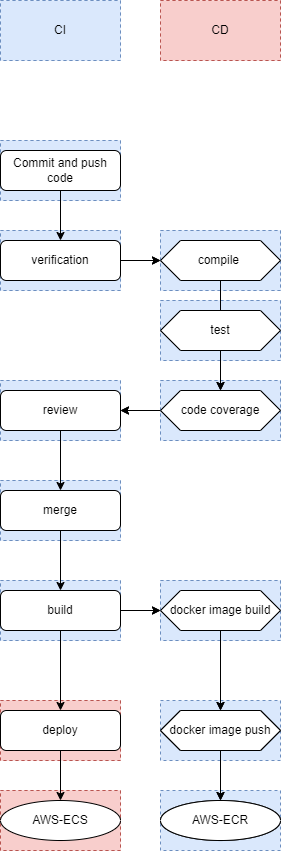
This is docs/ci-cd/diagrams/CI-CD_process_diagram.png from olehkril/gl-java-mentorship-july-2022, a draw.io export, as it was before one commit. Source tidied: cells renumbered, new cells last; positions are measured from the earlier drawing's top-left corner, leaving out a move shared by most shapes.
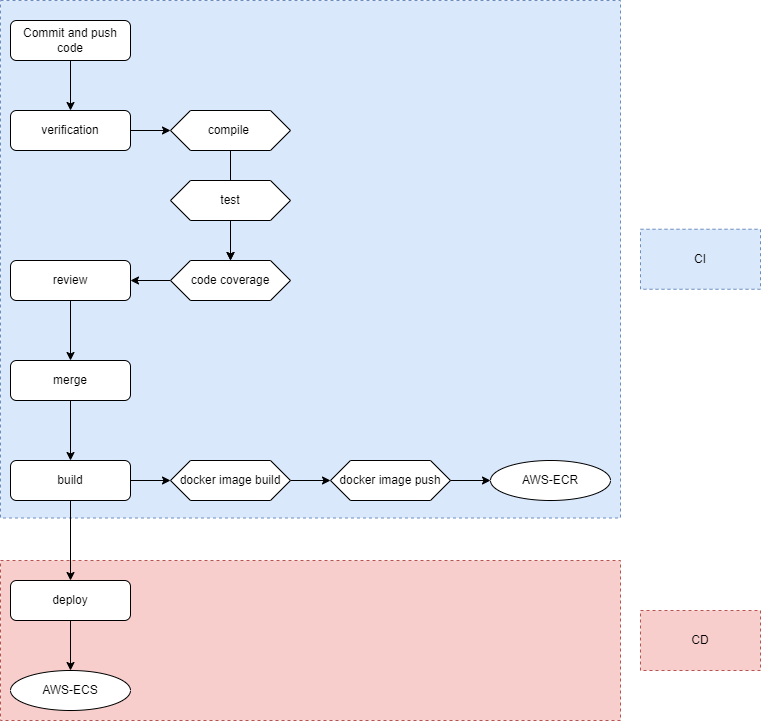
The same file after the commit.

The edit, as a diff of the source:
```diff
@@ -4,57 +4,18 @@
     <mxCell id="1" parent="0" />
-    <mxCell id="2" style="rounded=0;whiteSpace=wrap;html=1;dashed=1;fillColor=#dae8fc;strokeColor=#6c8ebf;" parent="1" vertex="1">
-      <mxGeometry x="160" y="790" width="120" height="60" as="geometry" />
-    </mxCell>
-    <mxCell id="3" style="rounded=0;whiteSpace=wrap;html=1;dashed=1;fillColor=#dae8fc;strokeColor=#6c8ebf;" parent="1" vertex="1">
-      <mxGeometry x="160" y="700" width="120" height="60" as="geometry" />
-    </mxCell>
-    <mxCell id="4" style="rounded=0;whiteSpace=wrap;html=1;dashed=1;fillColor=#f8cecc;strokeColor=#b85450;" parent="1" vertex="1">
-      <mxGeometry y="790" width="120" height="60" as="geometry" />
-    </mxCell>
-    <mxCell id="5" style="rounded=0;whiteSpace=wrap;html=1;dashed=1;fillColor=#f8cecc;strokeColor=#b85450;" parent="1" vertex="1">
-      <mxGeometry y="700" width="120" height="60" as="geometry" />
-    </mxCell>
-    <mxCell id="6" style="rounded=0;whiteSpace=wrap;html=1;dashed=1;fillColor=#dae8fc;strokeColor=#6c8ebf;" parent="1" vertex="1">
-      <mxGeometry y="480" width="120" height="60" as="geometry" />
-    </mxCell>
-    <mxCell id="7" style="rounded=0;whiteSpace=wrap;html=1;dashed=1;fillColor=#dae8fc;strokeColor=#6c8ebf;" parent="1" vertex="1">
-      <mxGeometry y="380" width="120" height="60" as="geometry" />
-    </mxCell>
-    <mxCell id="8" style="rounded=0;whiteSpace=wrap;html=1;dashed=1;fillColor=#dae8fc;strokeColor=#6c8ebf;" parent="1" vertex="1">
-      <mxGeometry x="160" y="580" width="120" height="60" as="geometry" />
-    </mxCell>
-    <mxCell id="9" style="rounded=0;whiteSpace=wrap;html=1;dashed=1;fillColor=#dae8fc;strokeColor=#6c8ebf;" parent="1" vertex="1">
-      <mxGeometry y="580" width="120" height="60" as="geometry" />
-    </mxCell>
-    <mxCell id="10" style="rounded=0;whiteSpace=wrap;html=1;dashed=1;fillColor=#dae8fc;strokeColor=#6c8ebf;" parent="1" vertex="1">
-      <mxGeometry y="230" width="120" height="60" as="geometry" />
-    </mxCell>
-    <mxCell id="11" style="rounded=0;whiteSpace=wrap;html=1;dashed=1;fillColor=#dae8fc;strokeColor=#6c8ebf;" parent="1" vertex="1">
-      <mxGeometry y="140" width="120" height="60" as="geometry" />
-    </mxCell>
-    <mxCell id="12" style="rounded=0;whiteSpace=wrap;html=1;dashed=1;fillColor=#dae8fc;strokeColor=#6c8ebf;" parent="1" vertex="1">
-      <mxGeometry x="160" y="380" width="120" height="60" as="geometry" />
-    </mxCell>
-    <mxCell id="13" style="rounded=0;whiteSpace=wrap;html=1;dashed=1;fillColor=#dae8fc;strokeColor=#6c8ebf;" parent="1" vertex="1">
-      <mxGeometry x="160" y="300" width="120" height="60" as="geometry" />
-    </mxCell>
-    <mxCell id="14" style="rounded=0;whiteSpace=wrap;html=1;dashed=1;fillColor=#dae8fc;strokeColor=#6c8ebf;" parent="1" vertex="1">
-      <mxGeometry x="160" y="230" width="120" height="60" as="geometry" />
-    </mxCell>
-    <mxCell id="15" style="edgeStyle=orthogonalEdgeStyle;rounded=0;jettySize=auto;html=1;" parent="1" edge="1" source="16" target="39">
+    <mxCell id="15" style="edgeStyle=orthogonalEdgeStyle;rounded=0;jettySize=auto;html=1;labelBackgroundColor=none;labelBorderColor=none;shadow=0;sketch=0;" parent="1" edge="1" source="16" target="39">
       <mxGeometry relative="1" as="geometry" />
     </mxCell>
-    <mxCell id="16" value="Commit and push code" style="rounded=1;whiteSpace=wrap;html=1;fontSize=12;glass=0;strokeWidth=1;shadow=0;" parent="1" vertex="1">
+    <mxCell id="16" value="Commit and push code" style="rounded=1;whiteSpace=wrap;html=1;fontSize=12;glass=0;strokeWidth=1;shadow=0;labelBackgroundColor=none;labelBorderColor=none;sketch=0;" parent="1" vertex="1">
       <mxGeometry y="150" width="120" height="40" as="geometry" />
     </mxCell>
-    <mxCell id="17" style="edgeStyle=orthogonalEdgeStyle;rounded=0;jettySize=auto;html=1;" parent="1" edge="1" source="18" target="23">
+    <mxCell id="17" style="edgeStyle=orthogonalEdgeStyle;rounded=0;jettySize=auto;html=1;labelBackgroundColor=none;labelBorderColor=none;shadow=0;sketch=0;" parent="1" edge="1" source="18" target="23">
       <mxGeometry relative="1" as="geometry" />
     </mxCell>
-    <mxCell id="18" value="review" style="rounded=1;whiteSpace=wrap;html=1;" parent="1" vertex="1">
+    <mxCell id="18" value="review" style="rounded=1;whiteSpace=wrap;html=1;labelBackgroundColor=none;labelBorderColor=none;shadow=0;sketch=0;" parent="1" vertex="1">
       <mxGeometry y="390" width="120" height="40" as="geometry" />
     </mxCell>
-    <mxCell id="19" style="edgeStyle=orthogonalEdgeStyle;rounded=0;jettySize=auto;html=1;" parent="1" edge="1" source="20" target="25">
+    <mxCell id="19" style="edgeStyle=orthogonalEdgeStyle;rounded=0;jettySize=auto;html=1;labelBackgroundColor=none;labelBorderColor=none;shadow=0;sketch=0;" parent="1" edge="1" source="20" target="25">
       <mxGeometry relative="1" as="geometry" />
     </mxCell>
-    <mxCell id="20" value="build" style="rounded=1;whiteSpace=wrap;html=1;" parent="1" vertex="1">
+    <mxCell id="20" value="build" style="rounded=1;whiteSpace=wrap;html=1;labelBackgroundColor=default;" parent="1" vertex="1">
       <mxGeometry y="590" width="120" height="40" as="geometry" />
@@ -64,41 +25,29 @@
     </mxCell>
-    <mxCell id="22" style="edgeStyle=orthogonalEdgeStyle;rounded=0;jettySize=auto;html=1;" parent="1" edge="1" source="23" target="20">
+    <mxCell id="22" style="edgeStyle=orthogonalEdgeStyle;rounded=0;jettySize=auto;html=1;labelBackgroundColor=none;labelBorderColor=none;shadow=0;sketch=0;" parent="1" edge="1" source="23" target="20">
       <mxGeometry relative="1" as="geometry" />
     </mxCell>
-    <mxCell id="23" value="merge" style="rounded=1;whiteSpace=wrap;html=1;" parent="1" vertex="1">
+    <mxCell id="23" value="merge" style="rounded=1;whiteSpace=wrap;html=1;labelBackgroundColor=none;labelBorderColor=none;shadow=0;sketch=0;" parent="1" vertex="1">
       <mxGeometry y="490" width="120" height="40" as="geometry" />
     </mxCell>
-    <mxCell id="24" style="edgeStyle=orthogonalEdgeStyle;rounded=0;jettySize=auto;html=1;" parent="1" edge="1" source="25" target="26">
-      <mxGeometry relative="1" as="geometry" />
-    </mxCell>
-    <mxCell id="25" value="docker image build" style="shape=hexagon;perimeter=hexagonPerimeter2;whiteSpace=wrap;html=1;fixedSize=1;" parent="1" vertex="1">
+    <mxCell id="25" value="docker image build" style="shape=hexagon;perimeter=hexagonPerimeter2;whiteSpace=wrap;html=1;fixedSize=1;labelBackgroundColor=default;" parent="1" vertex="1">
       <mxGeometry x="160" y="590" width="120" height="40" as="geometry" />
     </mxCell>
-    <mxCell id="26" value="docker image push" style="shape=hexagon;perimeter=hexagonPerimeter2;whiteSpace=wrap;html=1;fixedSize=1;" parent="1" vertex="1">
-      <mxGeometry x="160" y="710" width="120" height="40" as="geometry" />
-    </mxCell>
-    <mxCell id="27" style="edgeStyle=orthogonalEdgeStyle;rounded=0;jettySize=auto;html=1;" parent="1" edge="1" source="28" target="32">
+    <mxCell id="27" style="edgeStyle=orthogonalEdgeStyle;rounded=0;jettySize=auto;html=1;labelBackgroundColor=none;labelBorderColor=none;shadow=0;sketch=0;" parent="1" edge="1" source="28" target="32">
       <mxGeometry relative="1" as="geometry" />
     </mxCell>
-    <mxCell id="28" value="compile&amp;nbsp;" style="shape=hexagon;perimeter=hexagonPerimeter2;whiteSpace=wrap;html=1;fixedSize=1;" parent="1" vertex="1">
+    <mxCell id="28" value="compile&amp;nbsp;" style="shape=hexagon;perimeter=hexagonPerimeter2;whiteSpace=wrap;html=1;fixedSize=1;labelBackgroundColor=none;labelBorderColor=none;shadow=0;sketch=0;" parent="1" vertex="1">
       <mxGeometry x="160" y="240" width="120" height="40" as="geometry" />
     </mxCell>
-    <mxCell id="29" style="edgeStyle=orthogonalEdgeStyle;rounded=0;jettySize=auto;html=1;" parent="1" edge="1" source="30" target="32">
+    <mxCell id="29" style="edgeStyle=orthogonalEdgeStyle;rounded=0;jettySize=auto;html=1;labelBackgroundColor=none;labelBorderColor=none;shadow=0;sketch=0;" parent="1" edge="1" source="30" target="32">
       <mxGeometry relative="1" as="geometry" />
     </mxCell>
-    <mxCell id="30" value="test" style="shape=hexagon;perimeter=hexagonPerimeter2;whiteSpace=wrap;html=1;fixedSize=1;" parent="1" vertex="1">
+    <mxCell id="30" value="test" style="shape=hexagon;perimeter=hexagonPerimeter2;whiteSpace=wrap;html=1;fixedSize=1;labelBackgroundColor=none;labelBorderColor=none;shadow=0;sketch=0;" parent="1" vertex="1">
       <mxGeometry x="160" y="310" width="120" height="40" as="geometry" />
     </mxCell>
-    <mxCell id="31" style="edgeStyle=orthogonalEdgeStyle;rounded=0;jettySize=auto;html=1;" parent="1" edge="1" source="32" target="18">
+    <mxCell id="31" style="edgeStyle=orthogonalEdgeStyle;rounded=0;jettySize=auto;html=1;labelBackgroundColor=none;labelBorderColor=none;shadow=0;sketch=0;" parent="1" edge="1" source="32" target="18">
       <mxGeometry relative="1" as="geometry" />
     </mxCell>
-    <mxCell id="32" value="code coverage" style="shape=hexagon;perimeter=hexagonPerimeter2;whiteSpace=wrap;html=1;fixedSize=1;" parent="1" vertex="1">
+    <mxCell id="32" value="code coverage" style="shape=hexagon;perimeter=hexagonPerimeter2;whiteSpace=wrap;html=1;fixedSize=1;labelBackgroundColor=none;labelBorderColor=none;shadow=0;sketch=0;" parent="1" vertex="1">
       <mxGeometry x="160" y="390" width="120" height="40" as="geometry" />
     </mxCell>
-    <mxCell id="33" value="AWS-ECR" style="ellipse;whiteSpace=wrap;html=1;" parent="1" vertex="1">
-      <mxGeometry x="160" y="800" width="120" height="40" as="geometry" />
-    </mxCell>
-    <mxCell id="34" style="endArrow=classic;html=1;rounded=0;exitX=0.5;exitY=1;exitDx=0;exitDy=0;" parent="1" edge="1" source="26" target="33">
-      <mxGeometry relative="1" as="geometry" />
-    </mxCell>
     <mxCell id="35" value="AWS-ECS" style="ellipse;whiteSpace=wrap;html=1;" parent="1" vertex="1">
@@ -112,63 +61,30 @@
     </mxCell>
-    <mxCell id="38" style="edgeStyle=orthogonalEdgeStyle;rounded=0;jettySize=auto;html=1;" parent="1" edge="1" source="39" target="28">
+    <mxCell id="38" style="edgeStyle=orthogonalEdgeStyle;rounded=0;jettySize=auto;html=1;labelBackgroundColor=none;labelBorderColor=none;shadow=0;sketch=0;" parent="1" edge="1" source="39" target="28">
       <mxGeometry relative="1" as="geometry" />
     </mxCell>
-    <mxCell id="39" value="verification" style="rounded=1;whiteSpace=wrap;html=1;" parent="1" vertex="1">
+    <mxCell id="39" value="verification" style="rounded=1;whiteSpace=wrap;html=1;labelBackgroundColor=none;labelBorderColor=none;shadow=0;sketch=0;" parent="1" vertex="1">
       <mxGeometry y="240" width="120" height="40" as="geometry" />
     </mxCell>
-    <mxCell id="40" value="CI" style="rounded=0;whiteSpace=wrap;html=1;dashed=1;fillColor=#dae8fc;strokeColor=#6c8ebf;" parent="1" vertex="1">
-      <mxGeometry width="120" height="60" as="geometry" />
-    </mxCell>
-    <mxCell id="41" value="CD" style="rounded=0;whiteSpace=wrap;html=1;dashed=1;fillColor=#f8cecc;strokeColor=#b85450;" parent="1" vertex="1">
-      <mxGeometry x="160" width="120" height="60" as="geometry" />
-    </mxCell>
     <mxCell id="42" style="rounded=0;whiteSpace=wrap;html=1;dashed=1;fillColor=#f8cecc;strokeColor=#b85450;" parent="1" vertex="1">
-      <mxGeometry y="790" width="120" height="60" as="geometry" />
+      <mxGeometry x="-10" y="690" width="620" height="160" as="geometry" />
     </mxCell>
-    <mxCell id="43" style="rounded=0;whiteSpace=wrap;html=1;dashed=1;fillColor=#f8cecc;strokeColor=#b85450;" parent="1" vertex="1">
-      <mxGeometry y="700" width="120" height="60" as="geometry" />
-    </mxCell>
-    <mxCell id="44" style="rounded=0;whiteSpace=wrap;html=1;dashed=1;fillColor=#dae8fc;strokeColor=#6c8ebf;" parent="1" vertex="1">
-      <mxGeometry y="480" width="120" height="60" as="geometry" />
-    </mxCell>
-    <mxCell id="45" style="rounded=0;whiteSpace=wrap;html=1;dashed=1;fillColor=#dae8fc;strokeColor=#6c8ebf;" parent="1" vertex="1">
-      <mxGeometry y="380" width="120" height="60" as="geometry" />
-    </mxCell>
-    <mxCell id="46" style="rounded=0;whiteSpace=wrap;html=1;dashed=1;fillColor=#dae8fc;strokeColor=#6c8ebf;" parent="1" vertex="1">
-      <mxGeometry x="160" y="580" width="120" height="60" as="geometry" />
-    </mxCell>
-    <mxCell id="47" style="rounded=0;whiteSpace=wrap;html=1;dashed=1;fillColor=#dae8fc;strokeColor=#6c8ebf;" parent="1" vertex="1">
-      <mxGeometry y="580" width="120" height="60" as="geometry" />
-    </mxCell>
-    <mxCell id="48" style="rounded=0;whiteSpace=wrap;html=1;dashed=1;fillColor=#dae8fc;strokeColor=#6c8ebf;" parent="1" vertex="1">
-      <mxGeometry y="230" width="120" height="60" as="geometry" />
-    </mxCell>
-    <mxCell id="49" style="rounded=0;whiteSpace=wrap;html=1;dashed=1;fillColor=#dae8fc;strokeColor=#6c8ebf;" parent="1" vertex="1">
-      <mxGeometry y="140" width="120" height="60" as="geometry" />
-    </mxCell>
-    <mxCell id="50" style="rounded=0;whiteSpace=wrap;html=1;dashed=1;fillColor=#dae8fc;strokeColor=#6c8ebf;" parent="1" vertex="1">
-      <mxGeometry x="160" y="380" width="120" height="60" as="geometry" />
-    </mxCell>
-    <mxCell id="51" style="rounded=0;whiteSpace=wrap;html=1;dashed=1;fillColor=#dae8fc;strokeColor=#6c8ebf;" parent="1" vertex="1">
-      <mxGeometry x="160" y="300" width="120" height="60" as="geometry" />
-    </mxCell>
-    <mxCell id="52" style="rounded=0;whiteSpace=wrap;html=1;dashed=1;fillColor=#dae8fc;strokeColor=#6c8ebf;" parent="1" vertex="1">
-      <mxGeometry x="160" y="230" width="120" height="60" as="geometry" />
+    <mxCell id="52" style="rounded=0;whiteSpace=wrap;html=1;dashed=1;fillColor=#dae8fc;strokeColor=#6c8ebf;labelBackgroundColor=none;labelBorderColor=none;shadow=0;sketch=0;" parent="1" vertex="1">
+      <mxGeometry x="-10" y="130" width="620" height="517.5" as="geometry" />
     </mxCell>
-    <mxCell id="53" style="edgeStyle=orthogonalEdgeStyle;rounded=0;jettySize=auto;html=1;" parent="1" edge="1" source="54" target="77">
+    <mxCell id="53" style="edgeStyle=orthogonalEdgeStyle;rounded=0;jettySize=auto;html=1;labelBackgroundColor=none;labelBorderColor=none;shadow=0;sketch=0;" parent="1" edge="1" source="54" target="77">
       <mxGeometry relative="1" as="geometry" />
     </mxCell>
-    <mxCell id="54" value="Commit and push code" style="rounded=1;whiteSpace=wrap;html=1;fontSize=12;glass=0;strokeWidth=1;shadow=0;" parent="1" vertex="1">
+    <mxCell id="54" value="Commit and push code" style="rounded=1;whiteSpace=wrap;html=1;fontSize=12;glass=0;strokeWidth=1;shadow=0;labelBackgroundColor=none;labelBorderColor=none;sketch=0;" parent="1" vertex="1">
       <mxGeometry y="150" width="120" height="40" as="geometry" />
     </mxCell>
-    <mxCell id="55" style="edgeStyle=orthogonalEdgeStyle;rounded=0;jettySize=auto;html=1;" parent="1" edge="1" source="56" target="61">
+    <mxCell id="55" style="edgeStyle=orthogonalEdgeStyle;rounded=0;jettySize=auto;html=1;labelBackgroundColor=none;labelBorderColor=none;shadow=0;sketch=0;" parent="1" edge="1" source="56" target="61">
       <mxGeometry relative="1" as="geometry" />
     </mxCell>
-    <mxCell id="56" value="review" style="rounded=1;whiteSpace=wrap;html=1;" parent="1" vertex="1">
+    <mxCell id="56" value="review" style="rounded=1;whiteSpace=wrap;html=1;labelBackgroundColor=none;labelBorderColor=none;shadow=0;sketch=0;" parent="1" vertex="1">
       <mxGeometry y="390" width="120" height="40" as="geometry" />
     </mxCell>
-    <mxCell id="57" style="edgeStyle=orthogonalEdgeStyle;rounded=0;jettySize=auto;html=1;" parent="1" edge="1" source="58" target="63">
+    <mxCell id="57" style="edgeStyle=orthogonalEdgeStyle;rounded=0;jettySize=auto;html=1;labelBackgroundColor=none;labelBorderColor=none;shadow=0;sketch=0;" parent="1" edge="1" source="58" target="63">
       <mxGeometry relative="1" as="geometry" />
     </mxCell>
-    <mxCell id="58" value="build" style="rounded=1;whiteSpace=wrap;html=1;" parent="1" vertex="1">
+    <mxCell id="58" value="build" style="rounded=1;whiteSpace=wrap;html=1;labelBackgroundColor=default;" parent="1" vertex="1">
       <mxGeometry y="590" width="120" height="40" as="geometry" />
@@ -178,39 +94,39 @@
     </mxCell>
-    <mxCell id="60" style="edgeStyle=orthogonalEdgeStyle;rounded=0;jettySize=auto;html=1;" parent="1" edge="1" source="61" target="58">
+    <mxCell id="60" style="edgeStyle=orthogonalEdgeStyle;rounded=0;jettySize=auto;html=1;labelBackgroundColor=none;labelBorderColor=none;shadow=0;sketch=0;" parent="1" edge="1" source="61" target="58">
       <mxGeometry relative="1" as="geometry" />
     </mxCell>
-    <mxCell id="61" value="merge" style="rounded=1;whiteSpace=wrap;html=1;" parent="1" vertex="1">
+    <mxCell id="61" value="merge" style="rounded=1;whiteSpace=wrap;html=1;labelBackgroundColor=none;labelBorderColor=none;shadow=0;sketch=0;" parent="1" vertex="1">
       <mxGeometry y="490" width="120" height="40" as="geometry" />
     </mxCell>
-    <mxCell id="62" style="edgeStyle=orthogonalEdgeStyle;rounded=0;jettySize=auto;html=1;" parent="1" edge="1" source="63" target="64">
+    <mxCell id="62" style="edgeStyle=orthogonalEdgeStyle;rounded=0;jettySize=auto;html=1;labelBackgroundColor=none;labelBorderColor=none;shadow=0;sketch=0;" parent="1" edge="1" source="63" target="64">
       <mxGeometry relative="1" as="geometry" />
     </mxCell>
-    <mxCell id="63" value="docker image build" style="shape=hexagon;perimeter=hexagonPerimeter2;whiteSpace=wrap;html=1;fixedSize=1;" parent="1" vertex="1">
+    <mxCell id="63" value="docker image build" style="shape=hexagon;perimeter=hexagonPerimeter2;whiteSpace=wrap;html=1;fixedSize=1;labelBackgroundColor=default;" parent="1" vertex="1">
       <mxGeometry x="160" y="590" width="120" height="40" as="geometry" />
     </mxCell>
-    <mxCell id="64" value="docker image push" style="shape=hexagon;perimeter=hexagonPerimeter2;whiteSpace=wrap;html=1;fixedSize=1;" parent="1" vertex="1">
-      <mxGeometry x="160" y="710" width="120" height="40" as="geometry" />
+    <mxCell id="64" value="docker image push" style="shape=hexagon;perimeter=hexagonPerimeter2;whiteSpace=wrap;html=1;fixedSize=1;labelBackgroundColor=default;" parent="1" vertex="1">
+      <mxGeometry x="320" y="590" width="120" height="40" as="geometry" />
     </mxCell>
-    <mxCell id="65" style="edgeStyle=orthogonalEdgeStyle;rounded=0;jettySize=auto;html=1;" parent="1" edge="1" source="66" target="70">
+    <mxCell id="65" style="edgeStyle=orthogonalEdgeStyle;rounded=0;jettySize=auto;html=1;labelBackgroundColor=none;labelBorderColor=none;shadow=0;sketch=0;" parent="1" edge="1" source="66" target="70">
       <mxGeometry relative="1" as="geometry" />
     </mxCell>
-    <mxCell id="66" value="compile&amp;nbsp;" style="shape=hexagon;perimeter=hexagonPerimeter2;whiteSpace=wrap;html=1;fixedSize=1;" parent="1" vertex="1">
+    <mxCell id="66" value="compile&amp;nbsp;" style="shape=hexagon;perimeter=hexagonPerimeter2;whiteSpace=wrap;html=1;fixedSize=1;labelBackgroundColor=none;labelBorderColor=none;shadow=0;sketch=0;" parent="1" vertex="1">
       <mxGeometry x="160" y="240" width="120" height="40" as="geometry" />
     </mxCell>
-    <mxCell id="67" style="edgeStyle=orthogonalEdgeStyle;rounded=0;jettySize=auto;html=1;" parent="1" edge="1" source="68" target="70">
+    <mxCell id="67" style="edgeStyle=orthogonalEdgeStyle;rounded=0;jettySize=auto;html=1;labelBackgroundColor=none;labelBorderColor=none;shadow=0;sketch=0;" parent="1" edge="1" source="68" target="70">
       <mxGeometry relative="1" as="geometry" />
     </mxCell>
-    <mxCell id="68" value="test" style="shape=hexagon;perimeter=hexagonPerimeter2;whiteSpace=wrap;html=1;fixedSize=1;" parent="1" vertex="1">
+    <mxCell id="68" value="test" style="shape=hexagon;perimeter=hexagonPerimeter2;whiteSpace=wrap;html=1;fixedSize=1;labelBackgroundColor=none;labelBorderColor=none;shadow=0;sketch=0;" parent="1" vertex="1">
       <mxGeometry x="160" y="310" width="120" height="40" as="geometry" />
     </mxCell>
-    <mxCell id="69" style="edgeStyle=orthogonalEdgeStyle;rounded=0;jettySize=auto;html=1;" parent="1" edge="1" source="70" target="56">
+    <mxCell id="69" style="edgeStyle=orthogonalEdgeStyle;rounded=0;jettySize=auto;html=1;labelBackgroundColor=none;labelBorderColor=none;shadow=0;sketch=0;" parent="1" edge="1" source="70" target="56">
       <mxGeometry relative="1" as="geometry" />
     </mxCell>
-    <mxCell id="70" value="code coverage" style="shape=hexagon;perimeter=hexagonPerimeter2;whiteSpace=wrap;html=1;fixedSize=1;" parent="1" vertex="1">
+    <mxCell id="70" value="code coverage" style="shape=hexagon;perimeter=hexagonPerimeter2;whiteSpace=wrap;html=1;fixedSize=1;labelBackgroundColor=none;labelBorderColor=none;shadow=0;sketch=0;" parent="1" vertex="1">
       <mxGeometry x="160" y="390" width="120" height="40" as="geometry" />
     </mxCell>
-    <mxCell id="71" value="AWS-ECR" style="ellipse;whiteSpace=wrap;html=1;" parent="1" vertex="1">
-      <mxGeometry x="160" y="800" width="120" height="40" as="geometry" />
+    <mxCell id="71" value="AWS-ECR" style="ellipse;whiteSpace=wrap;html=1;labelBackgroundColor=default;" parent="1" vertex="1">
+      <mxGeometry x="480" y="590" width="120" height="40" as="geometry" />
     </mxCell>
-    <mxCell id="72" style="endArrow=classic;html=1;rounded=0;exitX=0.5;exitY=1;exitDx=0;exitDy=0;" parent="1" edge="1" source="64" target="71">
+    <mxCell id="72" style="endArrow=classic;html=1;rounded=0;exitX=1;exitY=0.5;exitDx=0;exitDy=0;labelBackgroundColor=none;labelBorderColor=none;shadow=0;sketch=0;" parent="1" edge="1" source="64" target="71">
       <mxGeometry relative="1" as="geometry" />
@@ -226,14 +142,14 @@
     </mxCell>
-    <mxCell id="76" style="edgeStyle=orthogonalEdgeStyle;rounded=0;jettySize=auto;html=1;" parent="1" edge="1" source="77" target="66">
+    <mxCell id="76" style="edgeStyle=orthogonalEdgeStyle;rounded=0;jettySize=auto;html=1;labelBackgroundColor=none;labelBorderColor=none;shadow=0;sketch=0;" parent="1" edge="1" source="77" target="66">
       <mxGeometry relative="1" as="geometry" />
     </mxCell>
-    <mxCell id="77" value="verification" style="rounded=1;whiteSpace=wrap;html=1;" parent="1" vertex="1">
+    <mxCell id="77" value="verification" style="rounded=1;whiteSpace=wrap;html=1;labelBackgroundColor=none;labelBorderColor=none;shadow=0;sketch=0;" parent="1" vertex="1">
       <mxGeometry y="240" width="120" height="40" as="geometry" />
     </mxCell>
-    <mxCell id="78" value="CI" style="rounded=0;whiteSpace=wrap;html=1;dashed=1;fillColor=#dae8fc;strokeColor=#6c8ebf;" parent="1" vertex="1">
-      <mxGeometry width="120" height="60" as="geometry" />
-    </mxCell>
-    <mxCell id="79" value="CD" style="rounded=0;whiteSpace=wrap;html=1;dashed=1;fillColor=#f8cecc;strokeColor=#b85450;" parent="1" vertex="1">
-      <mxGeometry x="160" width="120" height="60" as="geometry" />
-    </mxCell>
+    <mxCell id="80" value="CI" style="rounded=0;whiteSpace=wrap;html=1;shadow=0;dashed=1;labelBackgroundColor=none;labelBorderColor=none;fillColor=#dae8fc;strokeColor=#6c8ebf;" parent="1" vertex="1">
+      <mxGeometry x="630" y="358.8" width="120" height="60" as="geometry" />
+    </mxCell>
+    <mxCell id="81" value="CD" style="rounded=0;whiteSpace=wrap;html=1;shadow=0;dashed=1;labelBackgroundColor=none;labelBorderColor=none;fillColor=#f8cecc;strokeColor=#b85450;" parent="1" vertex="1">
+      <mxGeometry x="630" y="740" width="120" height="60" as="geometry" />
+    </mxCell>
   </root>
```
